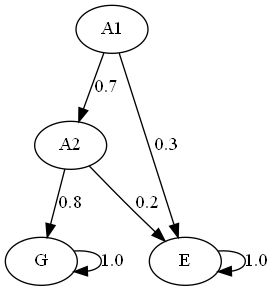
Before: graph/markov.png, a diagram exported from Graphviz (JulianaFerreira/educacao). Its source is kept beside it as graph/markov.dot.
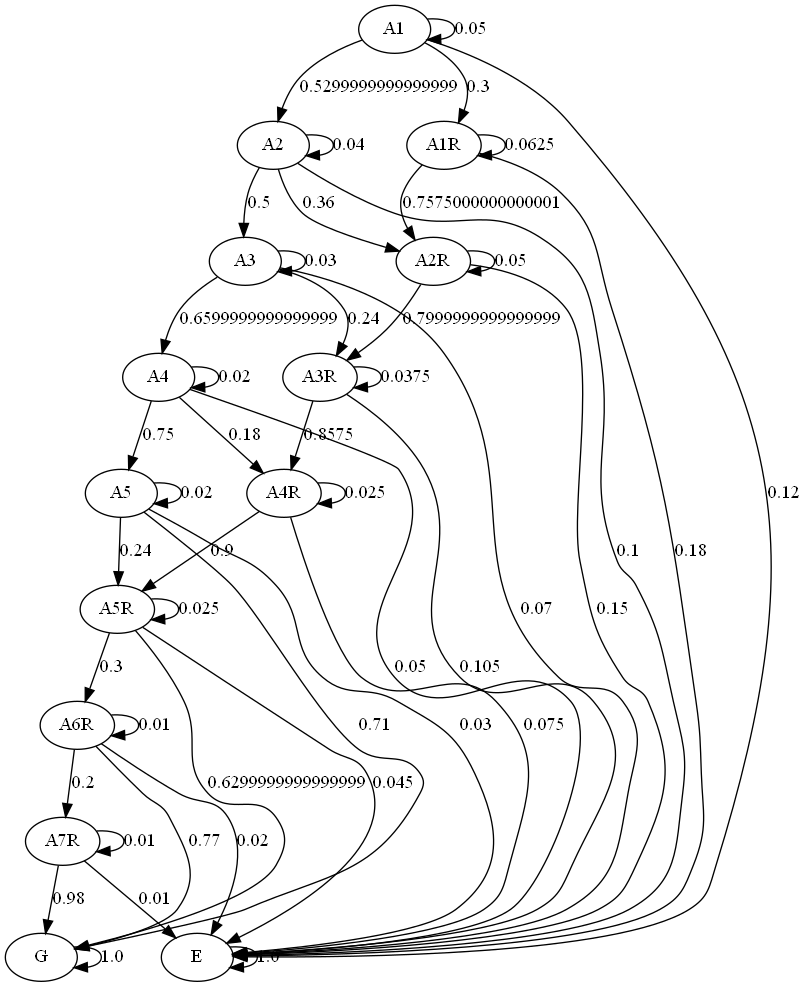
After the change.

Diff of the diagram source:
```diff
@@ -1,12 +1,61 @@
 digraph  {
 A1;
 A2;
+A3;
+A4;
+A5;
+A1R;
+A2R;
+A3R;
+A4R;
+A5R;
+A6R;
+A7R;
 G;
 E;
-A1 -> A2  [key=0, label="0.7", weight="0.7"];
-A1 -> E  [key=0, label="0.3", weight="0.3"];
-A2 -> G  [key=0, label="0.8", weight="0.8"];
-A2 -> E  [key=0, label="0.2", weight="0.2"];
+A1 -> A1  [key=0, label="0.05", weight="0.05"];
+A1 -> A2  [key=0, label="0.5299999999999999", weight="0.5299999999999999"];
+A1 -> A1R  [key=0, label="0.3", weight="0.3"];
+A1 -> E  [key=0, label="0.12", weight="0.12"];
+A2 -> A2  [key=0, label="0.04", weight="0.04"];
+A2 -> A3  [key=0, label="0.5", weight="0.5"];
+A2 -> A2R  [key=0, label="0.36", weight="0.36"];
+A2 -> E  [key=0, label="0.1", weight="0.1"];
+A3 -> A3  [key=0, label="0.03", weight="0.03"];
+A3 -> A4  [key=0, label="0.6599999999999999", weight="0.6599999999999999"];
+A3 -> A3R  [key=0, label="0.24", weight="0.24"];
+A3 -> E  [key=0, label="0.07", weight="0.07"];
+A4 -> A4  [key=0, label="0.02", weight="0.02"];
+A4 -> A5  [key=0, label="0.75", weight="0.75"];
+A4 -> A4R  [key=0, label="0.18", weight="0.18"];
+A4 -> E  [key=0, label="0.05", weight="0.05"];
+A5 -> A5  [key=0, label="0.02", weight="0.02"];
+A5 -> A5R  [key=0, label="0.24", weight="0.24"];
+A5 -> G  [key=0, label="0.71", weight="0.71"];
+A5 -> E  [key=0, label="0.03", weight="0.03"];
+A1R -> A1R  [key=0, label="0.0625", weight="0.0625"];
+A1R -> A2R  [key=0, label="0.7575000000000001", weight="0.7575000000000001"];
+A1R -> E  [key=0, label="0.18", weight="0.18"];
+A2R -> A2R  [key=0, label="0.05", weight="0.05"];
+A2R -> A3R  [key=0, label="0.7999999999999999", weight="0.7999999999999999"];
+A2R -> E  [key=0, label="0.15", weight="0.15"];
+A3R -> A3R  [key=0, label="0.0375", weight="0.0375"];
+A3R -> A4R  [key=0, label="0.8575", weight="0.8575"];
+A3R -> E  [key=0, label="0.105", weight="0.105"];
+A4R -> A4R  [key=0, label="0.025", weight="0.025"];
+A4R -> A5R  [key=0, label="0.9", weight="0.9"];
+A4R -> E  [key=0, label="0.075", weight="0.075"];
+A5R -> A5R  [key=0, label="0.025", weight="0.025"];
+A5R -> A6R  [key=0, label="0.3", weight="0.3"];
+A5R -> G  [key=0, label="0.6299999999999999", weight="0.6299999999999999"];
+A5R -> E  [key=0, label="0.045", weight="0.045"];
+A6R -> A6R  [key=0, label="0.01", weight="0.01"];
+A6R -> A7R  [key=0, label="0.2", weight="0.2"];
+A6R -> G  [key=0, label="0.77", weight="0.77"];
+A6R -> E  [key=0, label="0.02", weight="0.02"];
+A7R -> A7R  [key=0, label="0.01", weight="0.01"];
+A7R -> G  [key=0, label="0.98", weight="0.98"];
+A7R -> E  [key=0, label="0.01", weight="0.01"];
 G -> G  [key=0, label="1.0", weight="1.0"];
 E -> E  [key=0, label="1.0", weight="1.0"];
 }
```
